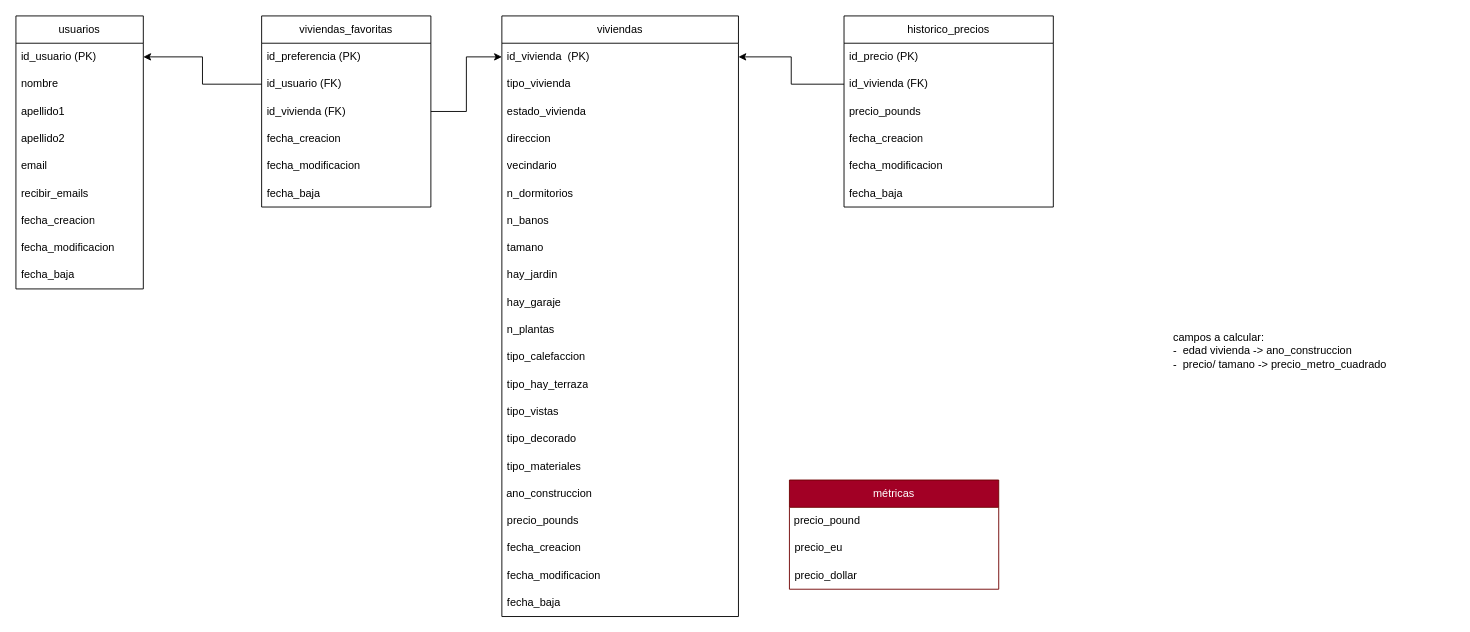
Above: page "Modelo de Datos" (2 of 3) of doc/ActividadCloud.drawio in Jurbina0/Actividad-CLOUD (draw.io), before the change. Source tidied: cells renumbered, new cells numbered last; positions are measured from the earlier drawing's top-left corner, leaving out a move shared by most shapes. Both pictures are drawn from the tidied source at 91%, with x=0, y=0 at pixel (15, 15).
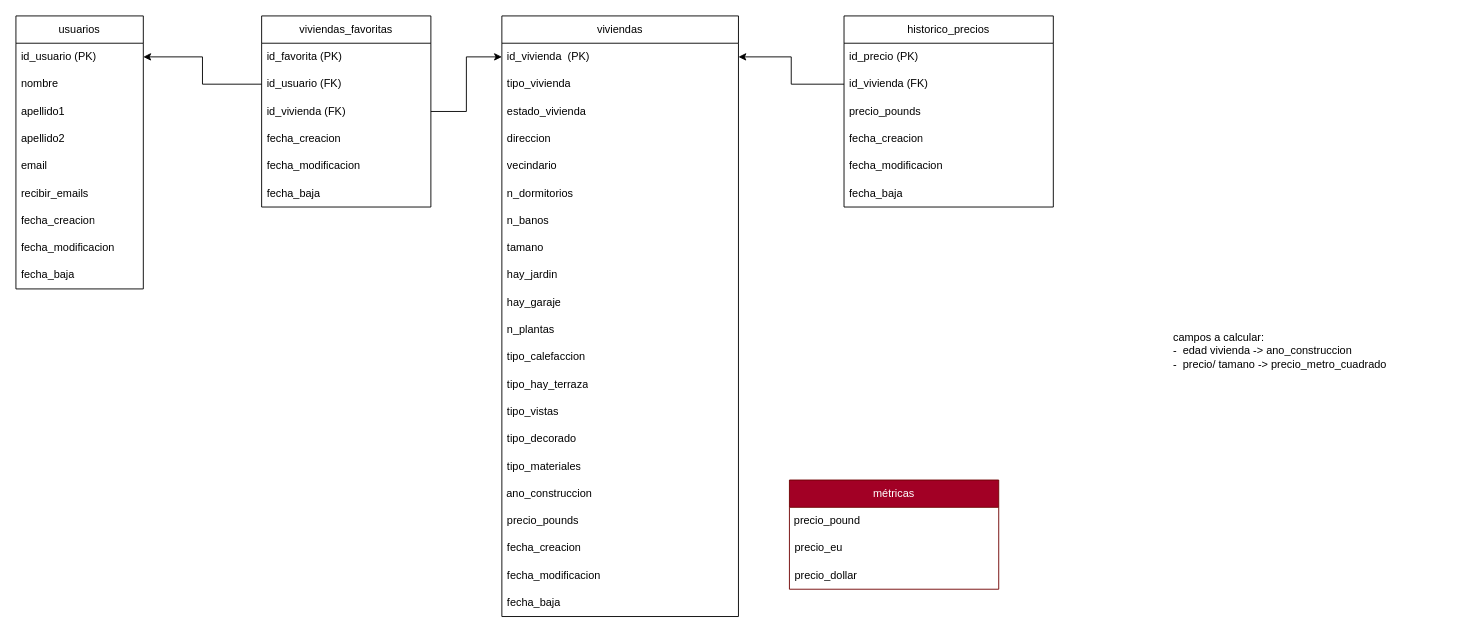
The same diagram, later.

Commit message (it also covers changes not shown here):
corrección de cohesión código nuevo con los nombres del drawio. intento de conexión overleaf y github. hace falta cuenta pro

The change refers to these unchanged cells:
```xml
<mxCell id="42" value="viviendas_favoritas" style="swimlane;fontStyle=0;horizontal=1;startSize=30;whiteSpace=wrap;html=1;" parent="1" vertex="1">
  <mxGeometry x="270" width="186" height="210" as="geometry" />
</mxCell>
```

The edit, as a diff of the source:
```diff
@@
-    <mxCell id="43" value="id_preferencia (PK)" style="text;strokeColor=none;fillColor=none;align=left;verticalAlign=middle;spacingLeft=4;spacingRight=4;overflow=hidden;whiteSpace=wrap;html=1;" parent="42" vertex="1">
+    <mxCell id="43" value="id_favorita (PK)" style="text;strokeColor=none;fillColor=none;align=left;verticalAlign=middle;spacingLeft=4;spacingRight=4;overflow=hidden;whiteSpace=wrap;html=1;" parent="42" vertex="1">
       <mxGeometry y="30" width="186" height="30" as="geometry" />
     </mxCell>
```
